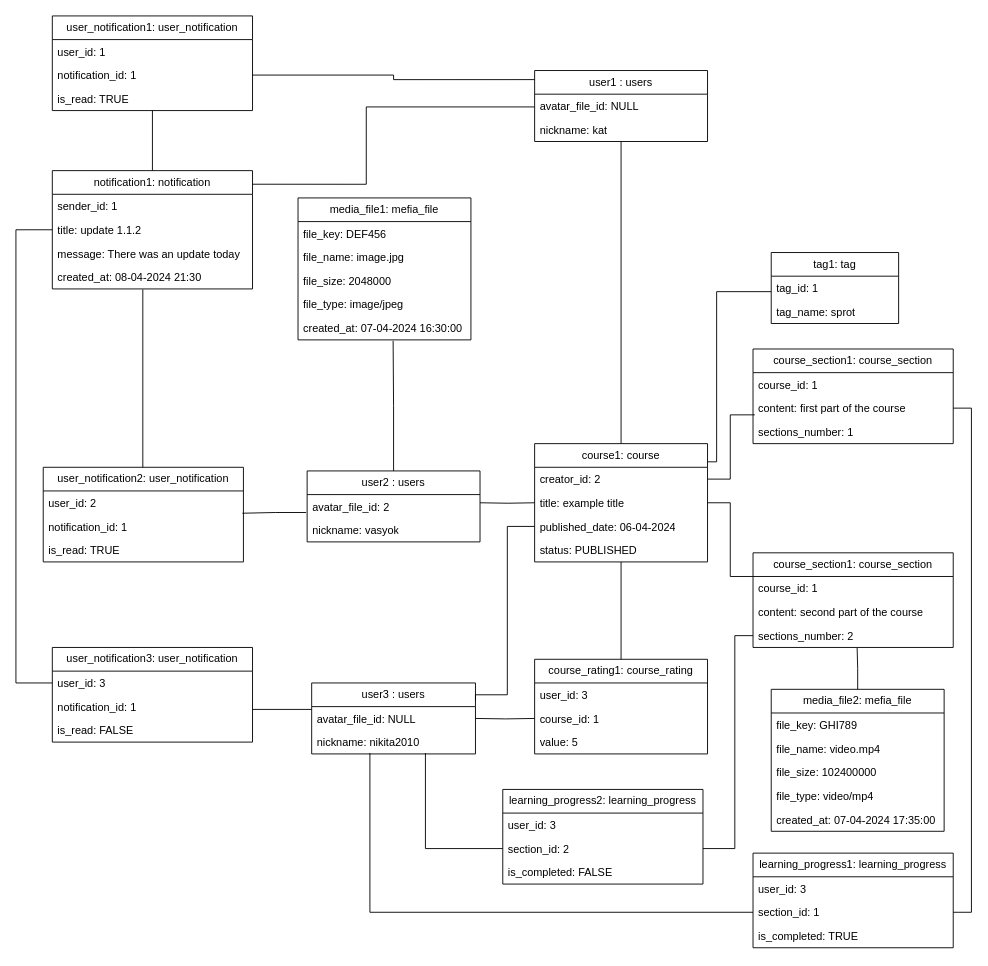
The draw.io diagram diagrams/Диаграмма объектов (Object diagram)/Диаграмма объектов.drawio in sahland/9.5-Team, before the edit. Source tidied: cells renumbered, new cells numbered last; positions are measured from the earlier drawing's top-left corner, leaving out a move shared by most shapes. Both pictures are drawn from the tidied source at 91%, with x=0, y=0 at pixel (15, 15).
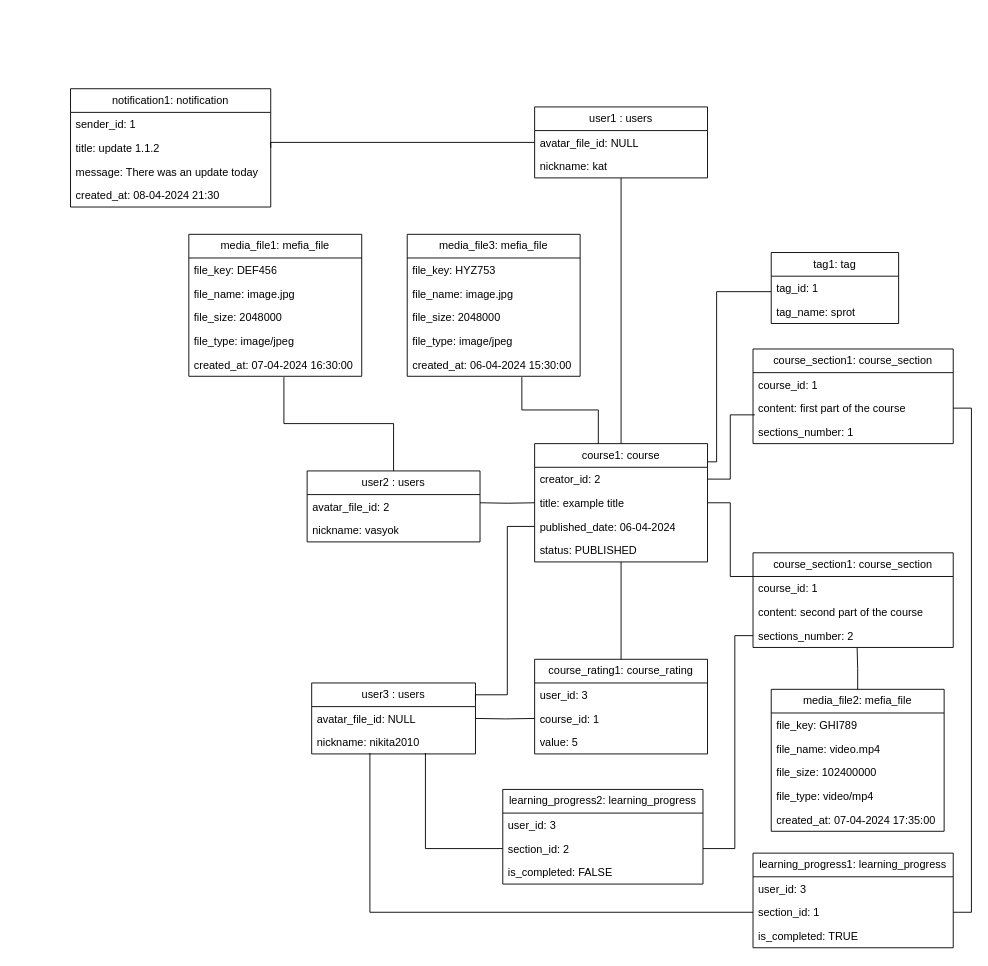
Above is the later version.

Unchanged cells that the change refers to:
```xml
<mxCell id="13" value="course1: course" style="swimlane;fontStyle=0;horizontal=1;startSize=26;fillColor=none;whiteSpace=wrap;html=1;" parent="1" vertex="1">
  <mxGeometry x="570" y="470" width="190" height="130" as="geometry" />
</mxCell>
<mxCell id="22" value="avatar_file_id: NULL" style="text;strokeColor=none;fillColor=none;align=left;verticalAlign=top;spacingLeft=4;spacingRight=4;overflow=hidden;points=[[0,0.5],[1,0.5]];portConstraint=eastwest;whiteSpace=wrap;html=1;" parent="21" vertex="1">
  <mxGeometry y="26" width="180" height="26" as="geometry" />
</mxCell>
<mxCell id="59" value="avatar_file_id: NULL" style="text;strokeColor=none;fillColor=none;align=left;verticalAlign=top;spacingLeft=4;spacingRight=4;overflow=hidden;points=[[0,0.5],[1,0.5]];portConstraint=eastwest;whiteSpace=wrap;html=1;" parent="58" vertex="1">
  <mxGeometry y="26" width="190" height="26" as="geometry" />
</mxCell>
<mxCell id="65" value="title: update 1.1.2" style="text;strokeColor=none;fillColor=none;align=left;verticalAlign=top;spacingLeft=4;spacingRight=4;overflow=hidden;points=[[0,0.5],[1,0.5]];portConstraint=eastwest;whiteSpace=wrap;html=1;" parent="63" vertex="1">
  <mxGeometry y="52" width="220" height="26" as="geometry" />
</mxCell>
<mxCell id="67" value="created_at: 08-04-2024 21:30" style="text;strokeColor=none;fillColor=none;align=left;verticalAlign=top;spacingLeft=4;spacingRight=4;overflow=hidden;points=[[0,0.5],[1,0.5]];portConstraint=eastwest;whiteSpace=wrap;html=1;" parent="63" vertex="1">
  <mxGeometry y="104" width="220" height="26" as="geometry" />
</mxCell>
```

The edit, as a diff of the source:
```diff
@@
     <mxCell id="5" value="media_file1: mefia_file" style="swimlane;fontStyle=0;horizontal=1;startSize=26;fillColor=none;whiteSpace=wrap;html=1;" parent="1" vertex="1">
-      <mxGeometry x="310" y="200" width="190" height="156" as="geometry" />
+      <mxGeometry x="190" y="240" width="190" height="156" as="geometry" />
     </mxCell>
@@
-    <mxCell id="20" style="edgeStyle=orthogonalEdgeStyle;rounded=0;jettySize=auto;html=1;entryX=1;entryY=0.618;entryDx=0;entryDy=0;endArrow=none;endFill=0;exitX=0;exitY=0.118;exitDx=0;exitDy=0;exitPerimeter=0;entryPerimeter=0;" parent="1" edge="1" source="22" target="78">
-      <mxGeometry relative="1" as="geometry" />
-    </mxCell>
@@
     <mxCell id="58" value="user1 : users" style="swimlane;fontStyle=0;horizontal=1;startSize=26;fillColor=none;whiteSpace=wrap;html=1;" parent="1" vertex="1">
-      <mxGeometry x="570" y="60" width="190" height="78" as="geometry" />
+      <mxGeometry x="570" y="100" width="190" height="78" as="geometry" />
     </mxCell>
@@
     <mxCell id="63" value="notification1: notification" style="swimlane;fontStyle=0;horizontal=1;startSize=26;fillColor=none;whiteSpace=wrap;html=1;" parent="1" vertex="1">
-      <mxGeometry x="40" y="170" width="220" height="130" as="geometry" />
+      <mxGeometry x="60" y="80" width="220" height="130" as="geometry" />
     </mxCell>
@@
-    <mxCell id="68" value="user_notification1: user_notification" style="swimlane;fontStyle=0;horizontal=1;startSize=26;fillColor=none;whiteSpace=wrap;html=1;" parent="1" vertex="1">
-      <mxGeometry x="40" width="220" height="104" as="geometry" />
-    </mxCell>
-    <mxCell id="69" value="user_id: 1" style="text;strokeColor=none;fillColor=none;align=left;verticalAlign=top;spacingLeft=4;spacingRight=4;overflow=hidden;whiteSpace=wrap;html=1;" parent="68" vertex="1">
-      <mxGeometry y="26" width="220" height="26" as="geometry" />
-    </mxCell>
-    <mxCell id="70" value="notification_id: 1" style="text;strokeColor=none;fillColor=none;align=left;verticalAlign=top;spacingLeft=4;spacingRight=4;overflow=hidden;points=[[0,0.5],[1,0.5]];portConstraint=eastwest;whiteSpace=wrap;html=1;" parent="68" vertex="1">
-      <mxGeometry y="52" width="220" height="26" as="geometry" />
-    </mxCell>
-    <mxCell id="71" value="is_read: TRUE" style="text;strokeColor=none;fillColor=none;align=left;verticalAlign=top;spacingLeft=4;spacingRight=4;overflow=hidden;points=[[0,0.5],[1,0.5]];portConstraint=eastwest;whiteSpace=wrap;html=1;" parent="68" vertex="1">
-      <mxGeometry y="78" width="220" height="26" as="geometry" />
-    </mxCell>
-    <mxCell id="72" value="user_notification2: user_notification" style="swimlane;fontStyle=0;horizontal=1;startSize=26;fillColor=none;whiteSpace=wrap;html=1;" parent="1" vertex="1">
-      <mxGeometry x="30" y="496" width="220" height="104" as="geometry" />
-    </mxCell>
-    <mxCell id="73" value="user_id: 2" style="text;strokeColor=none;fillColor=none;align=left;verticalAlign=top;spacingLeft=4;spacingRight=4;overflow=hidden;whiteSpace=wrap;html=1;" parent="72" vertex="1">
-      <mxGeometry y="26" width="220" height="26" as="geometry" />
-    </mxCell>
-    <mxCell id="74" value="notification_id: 1" style="text;strokeColor=none;fillColor=none;align=left;verticalAlign=top;spacingLeft=4;spacingRight=4;overflow=hidden;points=[[0,0.5],[1,0.5]];portConstraint=eastwest;whiteSpace=wrap;html=1;" parent="72" vertex="1">
-      <mxGeometry y="52" width="220" height="26" as="geometry" />
-    </mxCell>
-    <mxCell id="75" value="is_read: TRUE" style="text;strokeColor=none;fillColor=none;align=left;verticalAlign=top;spacingLeft=4;spacingRight=4;overflow=hidden;whiteSpace=wrap;html=1;" parent="72" vertex="1">
-      <mxGeometry y="78" width="220" height="26" as="geometry" />
-    </mxCell>
-    <mxCell id="76" value="user_notification3: user_notification" style="swimlane;fontStyle=0;horizontal=1;startSize=26;fillColor=none;whiteSpace=wrap;html=1;" parent="1" vertex="1">
-      <mxGeometry x="40" y="694" width="220" height="104" as="geometry" />
-    </mxCell>
-    <mxCell id="77" value="user_id: 3" style="text;strokeColor=none;fillColor=none;align=left;verticalAlign=top;spacingLeft=4;spacingRight=4;overflow=hidden;points=[[0,0.5],[1,0.5]];portConstraint=eastwest;whiteSpace=wrap;html=1;" parent="76" vertex="1">
-      <mxGeometry y="26" width="220" height="26" as="geometry" />
-    </mxCell>
-    <mxCell id="78" value="notification_id: 1" style="text;strokeColor=none;fillColor=none;align=left;verticalAlign=top;spacingLeft=4;spacingRight=4;overflow=hidden;points=[[0,0.5],[1,0.5]];portConstraint=eastwest;whiteSpace=wrap;html=1;" parent="76" vertex="1">
-      <mxGeometry y="52" width="220" height="26" as="geometry" />
-    </mxCell>
-    <mxCell id="79" value="is_read: FALSE" style="text;strokeColor=none;fillColor=none;align=left;verticalAlign=top;spacingLeft=4;spacingRight=4;overflow=hidden;whiteSpace=wrap;html=1;" parent="76" vertex="1">
-      <mxGeometry y="78" width="220" height="26" as="geometry" />
-    </mxCell>
-    <mxCell id="80" style="edgeStyle=orthogonalEdgeStyle;rounded=0;jettySize=auto;html=1;entryX=1;entryY=0.5;entryDx=0;entryDy=0;endArrow=none;endFill=0;exitX=0;exitY=0.128;exitDx=0;exitDy=0;exitPerimeter=0;" parent="1" edge="1" source="58" target="70">
-      <mxGeometry relative="1" as="geometry" />
-    </mxCell>
-    <mxCell id="81" style="edgeStyle=orthogonalEdgeStyle;rounded=0;jettySize=auto;html=1;entryX=1;entryY=0.115;entryDx=0;entryDy=0;entryPerimeter=0;endArrow=none;endFill=0;" parent="1" edge="1" source="58" target="63">
+    <mxCell id="81" style="edgeStyle=orthogonalEdgeStyle;rounded=0;jettySize=auto;html=1;entryX=1;entryY=0.5;entryDx=0;entryDy=0;endArrow=none;endFill=0;exitX=0;exitY=0.5;exitDx=0;exitDy=0;" parent="1" edge="1" source="59" target="65">
       <mxGeometry relative="1" as="geometry">
         <Array as="points">
-          <mxPoint x="385" y="100" />
-          <mxPoint x="385" y="185" />
+          <mxPoint x="280" y="139" />
         </Array>
       </mxGeometry>
     </mxCell>
-    <mxCell id="82" style="edgeStyle=orthogonalEdgeStyle;rounded=0;jettySize=auto;html=1;entryX=0;entryY=0.5;entryDx=0;entryDy=0;endArrow=none;endFill=0;" parent="1" edge="1" source="77" target="65">
-      <mxGeometry relative="1" as="geometry">
-        <Array as="points">
-          <mxPoint y="733" />
-          <mxPoint y="235" />
-        </Array>
-      </mxGeometry>
-    </mxCell>
-    <mxCell id="83" style="edgeStyle=orthogonalEdgeStyle;rounded=0;jettySize=auto;html=1;entryX=0.452;entryY=1.023;entryDx=0;entryDy=0;entryPerimeter=0;endArrow=none;endFill=0;" parent="1" edge="1" source="72" target="67">
-      <mxGeometry relative="1" as="geometry">
-        <Array as="points">
-          <mxPoint x="140" y="301" />
-        </Array>
-      </mxGeometry>
-    </mxCell>
-    <mxCell id="84" style="edgeStyle=orthogonalEdgeStyle;rounded=0;jettySize=auto;html=1;entryX=0.5;entryY=1;entryDx=0;entryDy=0;entryPerimeter=0;endArrow=none;endFill=0;" parent="1" edge="1" source="63" target="71">
-      <mxGeometry relative="1" as="geometry" />
-    </mxCell>
-    <mxCell id="85" style="edgeStyle=orthogonalEdgeStyle;rounded=0;jettySize=auto;html=1;entryX=0.995;entryY=-0.058;entryDx=0;entryDy=0;endArrow=none;endFill=0;exitX=-0.006;exitY=-0.09;exitDx=0;exitDy=0;exitPerimeter=0;entryPerimeter=0;" parent="1" edge="1" target="74">
-      <mxGeometry relative="1" as="geometry">
-        <mxPoint x="318.9" y="545.7" as="sourcePoint" />
-        <Array as="points">
-          <mxPoint x="285" y="546" />
-        </Array>
-      </mxGeometry>
-    </mxCell>
@@
+    <mxCell id="89" value="media_file3: mefia_file" style="swimlane;fontStyle=0;horizontal=1;startSize=26;fillColor=none;whiteSpace=wrap;html=1;" parent="1" vertex="1">
+      <mxGeometry x="430" y="240" width="190" height="156" as="geometry" />
+    </mxCell>
+    <mxCell id="90" value="file_key: HYZ753" style="text;strokeColor=none;fillColor=none;align=left;verticalAlign=top;spacingLeft=4;spacingRight=4;overflow=hidden;whiteSpace=wrap;html=1;" parent="89" vertex="1">
+      <mxGeometry y="26" width="190" height="26" as="geometry" />
+    </mxCell>
+    <mxCell id="91" value="file_name: image.jpg" style="text;strokeColor=none;fillColor=none;align=left;verticalAlign=top;spacingLeft=4;spacingRight=4;overflow=hidden;whiteSpace=wrap;html=1;" parent="89" vertex="1">
+      <mxGeometry y="52" width="190" height="26" as="geometry" />
+    </mxCell>
+    <mxCell id="92" value="file_size: 2048000" style="text;strokeColor=none;fillColor=none;align=left;verticalAlign=top;spacingLeft=4;spacingRight=4;overflow=hidden;whiteSpace=wrap;html=1;" parent="89" vertex="1">
+      <mxGeometry y="78" width="190" height="26" as="geometry" />
+    </mxCell>
+    <mxCell id="93" value="file_type: image/jpeg" style="text;strokeColor=none;fillColor=none;align=left;verticalAlign=top;spacingLeft=4;spacingRight=4;overflow=hidden;whiteSpace=wrap;html=1;" parent="89" vertex="1">
+      <mxGeometry y="104" width="190" height="26" as="geometry" />
+    </mxCell>
+    <mxCell id="94" value="created_at: 06-04-2024 15:30:00" style="text;strokeColor=none;fillColor=none;align=left;verticalAlign=top;spacingLeft=4;spacingRight=4;overflow=hidden;points=[[0,0.5],[1,0.5]];portConstraint=eastwest;whiteSpace=wrap;html=1;" parent="89" vertex="1">
+      <mxGeometry y="130" width="190" height="26" as="geometry" />
+    </mxCell>
+    <mxCell id="95" style="edgeStyle=orthogonalEdgeStyle;rounded=0;jettySize=auto;html=1;entryX=0.663;entryY=1.038;entryDx=0;entryDy=0;entryPerimeter=0;endArrow=none;endFill=0;" parent="1" edge="1" source="13" target="94">
+      <mxGeometry relative="1" as="geometry">
+        <Array as="points">
+          <mxPoint x="640" y="433" />
+          <mxPoint x="556" y="433" />
+        </Array>
+      </mxGeometry>
+    </mxCell>
```
